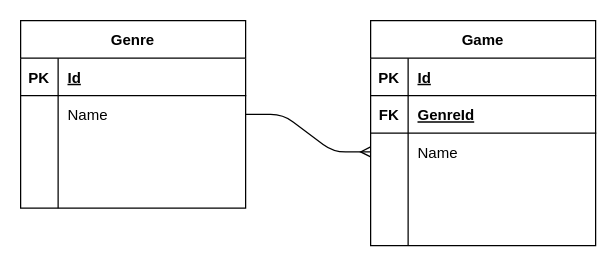
Before: docs/erd/erd.drawio in atman-33/game-store, a draw.io diagram. Source tidied: cells renumbered, new cells numbered last; positions are measured from the earlier drawing's top-left corner, leaving out a move shared by most shapes. Both pictures are drawn from the tidied source at 125%, with x=0, y=0 at pixel (20, 20).
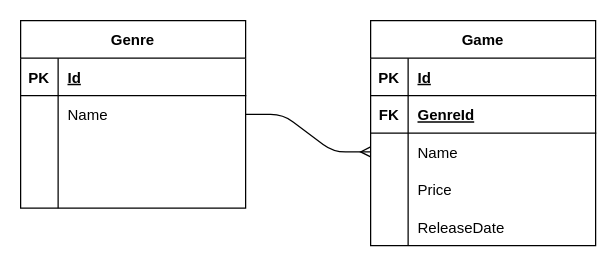
Above is the later version.

Unchanged cells that the change refers to:
```xml
<mxCell id="25" style="shape=tableRow;horizontal=0;startSize=0;swimlaneHead=0;swimlaneBody=0;fillColor=none;top=0;left=0;right=0;bottom=0;labelBackgroundColor=none;fontColor=default;" parent="15" vertex="1">
  <mxGeometry y="120" width="180" height="30" as="geometry" />
</mxCell>
<mxCell id="28" style="shape=tableRow;horizontal=0;startSize=0;swimlaneHead=0;swimlaneBody=0;fillColor=none;top=0;left=0;right=0;bottom=0;labelBackgroundColor=none;fontColor=default;" parent="15" vertex="1">
  <mxGeometry y="150" width="180" height="30" as="geometry" />
</mxCell>
```

The edit, as a diff of the source:
```diff
@@
-    <mxCell id="27" style="shape=partialRectangle;fillColor=none;top=0;left=0;bottom=0;right=0;align=left;spacingLeft=6;overflow=hidden;labelBackgroundColor=none;fontColor=default;" parent="25" vertex="1">
+    <mxCell id="27" value="Price" style="shape=partialRectangle;fillColor=none;top=0;left=0;bottom=0;right=0;align=left;spacingLeft=6;overflow=hidden;labelBackgroundColor=none;fontColor=default;" parent="25" vertex="1">
       <mxGeometry x="30" width="150" height="30" as="geometry" />
     </mxCell>
@@
-    <mxCell id="30" style="shape=partialRectangle;fillColor=none;top=0;left=0;bottom=0;right=0;align=left;spacingLeft=6;overflow=hidden;labelBackgroundColor=none;fontColor=default;" parent="28" vertex="1">
+    <mxCell id="30" value="ReleaseDate" style="shape=partialRectangle;fillColor=none;top=0;left=0;bottom=0;right=0;align=left;spacingLeft=6;overflow=hidden;labelBackgroundColor=none;fontColor=default;" parent="28" vertex="1">
       <mxGeometry x="30" width="150" height="30" as="geometry" />
     </mxCell>
```
